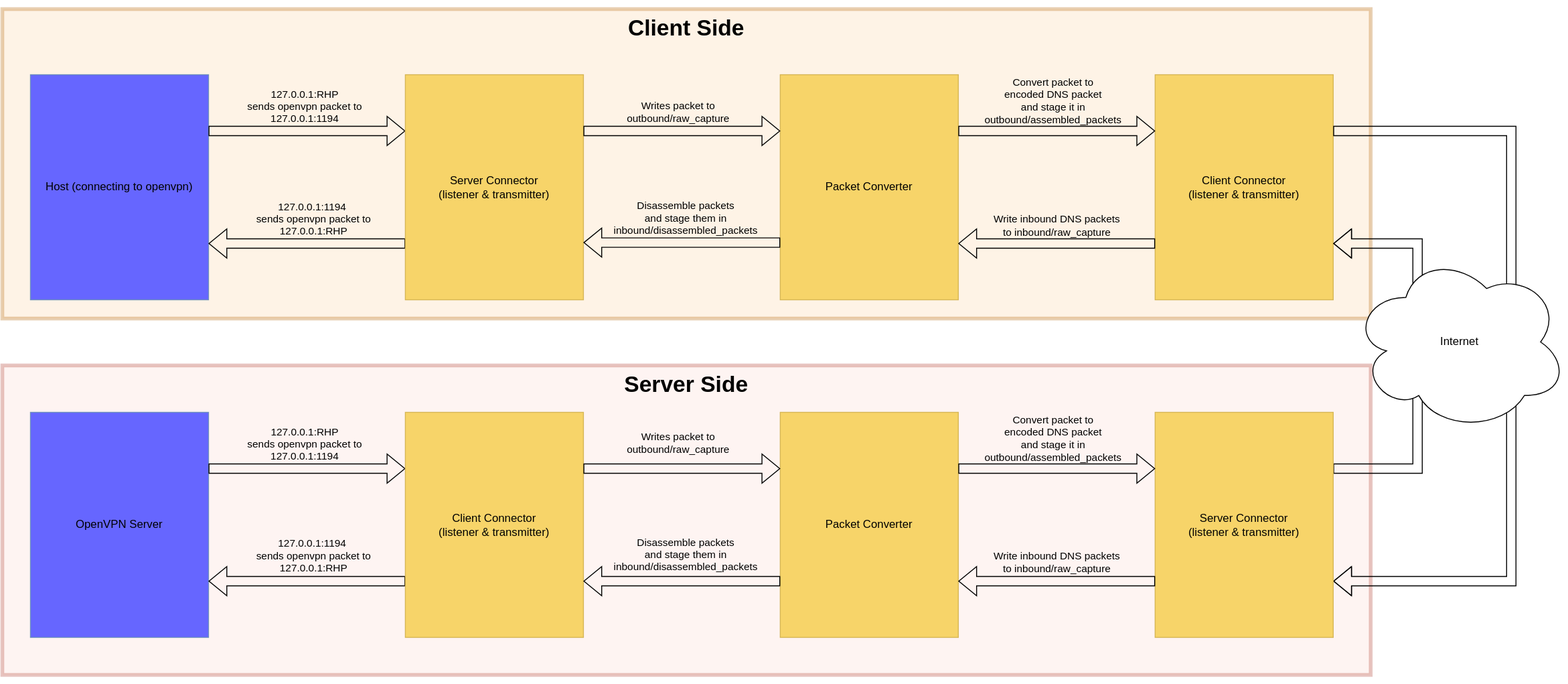
Earlier version of the draw.io export docs/Tunnel_Over_Anything.drawio.svg (Androsh7/tunnel_over_anything). Source tidied: cells renumbered, new cells last; positions are measured from the earlier drawing's top-left corner, leaving out a move shared by most shapes. Its diagram source:
```xml
<mxGraphModel>
  <root>
    <mxCell id="0" />
    <mxCell id="1" parent="0" />
    <mxCell id="2" value="&lt;h1&gt;Client Side&lt;/h1&gt;&lt;div&gt;&lt;br&gt;&lt;/div&gt;&lt;div&gt;&lt;br&gt;&lt;/div&gt;&lt;div&gt;&lt;br&gt;&lt;/div&gt;&lt;div&gt;&lt;br&gt;&lt;/div&gt;&lt;div&gt;&lt;br&gt;&lt;/div&gt;&lt;div&gt;&lt;br&gt;&lt;/div&gt;&lt;div&gt;&lt;br&gt;&lt;/div&gt;&lt;div&gt;&lt;br&gt;&lt;/div&gt;&lt;div&gt;&lt;br&gt;&lt;/div&gt;&lt;div&gt;&lt;br&gt;&lt;/div&gt;&lt;div&gt;&lt;br&gt;&lt;/div&gt;&lt;div&gt;&lt;br&gt;&lt;/div&gt;&lt;div&gt;&lt;br&gt;&lt;/div&gt;&lt;div&gt;&lt;br&gt;&lt;/div&gt;&lt;div&gt;&lt;br&gt;&lt;/div&gt;&lt;div&gt;&lt;br&gt;&lt;/div&gt;&lt;div&gt;&lt;br&gt;&lt;/div&gt;&lt;div&gt;&lt;br&gt;&lt;/div&gt;&lt;div&gt;&lt;br&gt;&lt;/div&gt;&lt;div&gt;&lt;br&gt;&lt;/div&gt;" style="rounded=0;whiteSpace=wrap;html=1;fillColor=#fad7ac;strokeColor=#b46504;opacity=30;strokeWidth=4;" parent="1" vertex="1">
      <mxGeometry width="1460" height="330" as="geometry" />
    </mxCell>
    <mxCell id="3" value="&lt;h1&gt;Server Side&lt;/h1&gt;&lt;div&gt;&lt;br&gt;&lt;/div&gt;&lt;div&gt;&lt;br&gt;&lt;/div&gt;&lt;div&gt;&lt;br&gt;&lt;/div&gt;&lt;div&gt;&lt;br&gt;&lt;/div&gt;&lt;div&gt;&lt;br&gt;&lt;/div&gt;&lt;div&gt;&lt;br&gt;&lt;/div&gt;&lt;div&gt;&lt;br&gt;&lt;/div&gt;&lt;div&gt;&lt;br&gt;&lt;/div&gt;&lt;div&gt;&lt;br&gt;&lt;/div&gt;&lt;div&gt;&lt;br&gt;&lt;/div&gt;&lt;div&gt;&lt;br&gt;&lt;/div&gt;&lt;div&gt;&lt;br&gt;&lt;/div&gt;&lt;div&gt;&lt;br&gt;&lt;/div&gt;&lt;div&gt;&lt;br&gt;&lt;/div&gt;&lt;div&gt;&lt;br&gt;&lt;/div&gt;&lt;div&gt;&lt;br&gt;&lt;/div&gt;&lt;div&gt;&lt;br&gt;&lt;/div&gt;&lt;div&gt;&lt;br&gt;&lt;/div&gt;&lt;div&gt;&lt;br&gt;&lt;/div&gt;&lt;div&gt;&lt;br&gt;&lt;/div&gt;" style="rounded=0;whiteSpace=wrap;html=1;fillColor=#fad9d5;strokeColor=#ae4132;opacity=30;strokeWidth=4;" parent="1" vertex="1">
      <mxGeometry y="380" width="1460" height="330" as="geometry" />
    </mxCell>
    <mxCell id="4" value="Host (connecting to openvpn)" style="rounded=0;whiteSpace=wrap;html=1;fillColor=#6666FF;strokeColor=#6c8ebf;" parent="1" vertex="1">
      <mxGeometry x="30" y="70" width="190" height="240" as="geometry" />
    </mxCell>
    <mxCell id="5" style="shape=flexArrow;endArrow=classic;html=1;rounded=0;entryX=0;entryY=0.25;entryDx=0;entryDy=0;exitX=1;exitY=0.25;exitDx=0;exitDy=0;" parent="1" edge="1" source="4" target="9">
      <mxGeometry relative="1" as="geometry" />
    </mxCell>
    <mxCell id="6" value="127.0.0.1:RHP&amp;nbsp;&lt;div&gt;sends openvpn packet to&amp;nbsp;&lt;div&gt;127.0.0.1:&lt;span style=&quot;color: light-dark(rgb(0, 0, 0), rgb(255, 255, 255));&quot;&gt;1194&amp;nbsp;&lt;/span&gt;&lt;/div&gt;&lt;/div&gt;" style="edgeLabel;html=1;align=center;verticalAlign=middle;labelBackgroundColor=none;" parent="5" vertex="1">
      <mxGeometry x="-0.02" y="1" relative="1" as="geometry">
        <mxPoint y="-26" as="offset" />
      </mxGeometry>
    </mxCell>
    <mxCell id="7" style="shape=flexArrow;endArrow=classic;html=1;rounded=0;entryX=1;entryY=0.75;entryDx=0;entryDy=0;exitX=0;exitY=0.75;exitDx=0;exitDy=0;" parent="1" edge="1" source="9" target="4">
      <mxGeometry relative="1" as="geometry" />
    </mxCell>
    <mxCell id="8" value="127.0.0.1:1194&amp;nbsp;&lt;div&gt;sends openvpn packet to&lt;div&gt;127.0.0.1:RHP&lt;/div&gt;&lt;/div&gt;" style="edgeLabel;html=1;align=center;verticalAlign=middle;labelBackgroundColor=none;" parent="7" vertex="1">
      <mxGeometry x="-0.06" y="-6" relative="1" as="geometry">
        <mxPoint y="-21" as="offset" />
      </mxGeometry>
    </mxCell>
    <mxCell id="9" value="Server Connector&lt;div&gt;(listener &amp;amp; transmitter)&lt;/div&gt;" style="rounded=0;whiteSpace=wrap;html=1;fillColor=#F7D469;strokeColor=#d6b656;" parent="1" vertex="1">
      <mxGeometry x="430" y="70" width="190" height="240" as="geometry" />
    </mxCell>
    <mxCell id="10" value="Packet Converter" style="rounded=0;whiteSpace=wrap;html=1;fillColor=#F7D469;strokeColor=#d6b656;" parent="1" vertex="1">
      <mxGeometry x="830" y="70" width="190" height="240" as="geometry" />
    </mxCell>
    <mxCell id="11" style="shape=flexArrow;endArrow=classic;html=1;rounded=0;exitX=1;exitY=0.25;exitDx=0;exitDy=0;entryX=0;entryY=0.25;entryDx=0;entryDy=0;" parent="1" edge="1" source="9" target="10">
      <mxGeometry relative="1" as="geometry" />
    </mxCell>
    <mxCell id="12" value="Writes packet to&lt;div&gt;outbound/raw_capture&lt;/div&gt;" style="edgeLabel;html=1;align=center;verticalAlign=middle;labelBackgroundColor=none;" parent="11" vertex="1">
      <mxGeometry x="-0.04" y="6" relative="1" as="geometry">
        <mxPoint y="-15" as="offset" />
      </mxGeometry>
    </mxCell>
    <mxCell id="13" style="shape=flexArrow;endArrow=classic;html=1;rounded=0;exitX=0;exitY=0.75;exitDx=0;exitDy=0;entryX=1;entryY=0.75;entryDx=0;entryDy=0;" parent="1" edge="1">
      <mxGeometry relative="1" as="geometry">
        <mxPoint x="830" y="249" as="sourcePoint" />
        <mxPoint x="620" y="249" as="targetPoint" />
      </mxGeometry>
    </mxCell>
    <mxCell id="14" value="Disassemble packets&lt;div&gt;and stage them in&lt;/div&gt;&lt;div&gt;inbound/disassembled_packets&lt;/div&gt;" style="edgeLabel;html=1;align=center;verticalAlign=middle;labelBackgroundColor=none;" parent="13" vertex="1">
      <mxGeometry x="0.02" y="-3" relative="1" as="geometry">
        <mxPoint x="5" y="-24" as="offset" />
      </mxGeometry>
    </mxCell>
    <mxCell id="15" value="Client&amp;nbsp;Connector&lt;div&gt;(listener &amp;amp; transmitter)&lt;/div&gt;" style="rounded=0;whiteSpace=wrap;html=1;fillColor=#F7D469;strokeColor=#d6b656;" parent="1" vertex="1">
      <mxGeometry x="1230" y="70" width="190" height="240" as="geometry" />
    </mxCell>
    <mxCell id="16" style="shape=flexArrow;endArrow=classic;html=1;rounded=0;exitX=1;exitY=0.25;exitDx=0;exitDy=0;entryX=0;entryY=0.25;entryDx=0;entryDy=0;" parent="1" edge="1" source="10" target="15">
      <mxGeometry relative="1" as="geometry" />
    </mxCell>
    <mxCell id="17" value="Convert packet to&lt;div&gt;encoded DNS packet&lt;/div&gt;&lt;div&gt;and stage it in&lt;/div&gt;&lt;div&gt;outbound/assembled_packets&lt;/div&gt;" style="edgeLabel;html=1;align=center;verticalAlign=middle;labelBackgroundColor=none;" parent="16" vertex="1">
      <mxGeometry x="-0.05" y="4" relative="1" as="geometry">
        <mxPoint y="-29" as="offset" />
      </mxGeometry>
    </mxCell>
    <mxCell id="18" style="shape=flexArrow;endArrow=classic;html=1;rounded=0;exitX=0;exitY=0.75;exitDx=0;exitDy=0;entryX=1;entryY=0.75;entryDx=0;entryDy=0;" parent="1" edge="1" source="15" target="10">
      <mxGeometry relative="1" as="geometry" />
    </mxCell>
    <mxCell id="19" value="Write inbound DNS packets&lt;div&gt;to inbound/raw_capture&lt;/div&gt;" style="edgeLabel;html=1;align=center;verticalAlign=middle;labelBackgroundColor=none;" parent="18" vertex="1">
      <mxGeometry x="0.1" y="1" relative="1" as="geometry">
        <mxPoint x="10" y="-21" as="offset" />
      </mxGeometry>
    </mxCell>
    <mxCell id="20" style="shape=flexArrow;endArrow=classic;html=1;rounded=0;exitX=1;exitY=0.25;exitDx=0;exitDy=0;entryX=1;entryY=0.75;entryDx=0;entryDy=0;" parent="1" edge="1" source="15" target="33">
      <mxGeometry relative="1" as="geometry">
        <Array as="points">
          <mxPoint x="1610" y="130" />
          <mxPoint x="1610" y="390" />
          <mxPoint x="1610" y="610" />
        </Array>
      </mxGeometry>
    </mxCell>
    <mxCell id="21" style="shape=flexArrow;endArrow=classic;html=1;rounded=0;entryX=1;entryY=0.75;entryDx=0;entryDy=0;exitX=1;exitY=0.25;exitDx=0;exitDy=0;" parent="1" edge="1" source="33" target="15">
      <mxGeometry relative="1" as="geometry">
        <Array as="points">
          <mxPoint x="1510" y="490" />
          <mxPoint x="1510" y="350" />
          <mxPoint x="1510" y="250" />
        </Array>
      </mxGeometry>
    </mxCell>
    <mxCell id="22" value="OpenVPN Server" style="rounded=0;whiteSpace=wrap;html=1;fillColor=#6666FF;strokeColor=#6c8ebf;" parent="1" vertex="1">
      <mxGeometry x="30" y="430" width="190" height="240" as="geometry" />
    </mxCell>
    <mxCell id="23" style="shape=flexArrow;endArrow=classic;html=1;rounded=0;entryX=0;entryY=0.25;entryDx=0;entryDy=0;exitX=1;exitY=0.25;exitDx=0;exitDy=0;" parent="1" edge="1" source="22" target="27">
      <mxGeometry relative="1" as="geometry" />
    </mxCell>
    <mxCell id="24" value="127.0.0.1:RHP&amp;nbsp;&lt;div&gt;sends openvpn packet to&amp;nbsp;&lt;div&gt;127.0.0.1:&lt;span style=&quot;color: light-dark(rgb(0, 0, 0), rgb(255, 255, 255));&quot;&gt;1194&amp;nbsp;&lt;/span&gt;&lt;/div&gt;&lt;/div&gt;" style="edgeLabel;html=1;align=center;verticalAlign=middle;labelBackgroundColor=none;" parent="23" vertex="1">
      <mxGeometry x="-0.02" y="1" relative="1" as="geometry">
        <mxPoint y="-26" as="offset" />
      </mxGeometry>
    </mxCell>
    <mxCell id="25" style="shape=flexArrow;endArrow=classic;html=1;rounded=0;entryX=1;entryY=0.75;entryDx=0;entryDy=0;exitX=0;exitY=0.75;exitDx=0;exitDy=0;" parent="1" edge="1" source="27" target="22">
      <mxGeometry relative="1" as="geometry" />
    </mxCell>
    <mxCell id="26" value="127.0.0.1:1194&amp;nbsp;&lt;div&gt;sends openvpn packet to&lt;div&gt;127.0.0.1:RHP&lt;/div&gt;&lt;/div&gt;" style="edgeLabel;html=1;align=center;verticalAlign=middle;labelBackgroundColor=none;" parent="25" vertex="1">
      <mxGeometry x="-0.06" y="-6" relative="1" as="geometry">
        <mxPoint y="-22" as="offset" />
      </mxGeometry>
    </mxCell>
    <mxCell id="27" value="Client Connector&lt;div&gt;(listener &amp;amp; transmitter)&lt;/div&gt;" style="rounded=0;whiteSpace=wrap;html=1;fillColor=#F7D469;strokeColor=#d6b656;" parent="1" vertex="1">
      <mxGeometry x="430" y="430" width="190" height="240" as="geometry" />
    </mxCell>
    <mxCell id="28" value="Packet Converter" style="rounded=0;whiteSpace=wrap;html=1;fillColor=#F7D469;strokeColor=#d6b656;" parent="1" vertex="1">
      <mxGeometry x="830" y="430" width="190" height="240" as="geometry" />
    </mxCell>
    <mxCell id="29" style="shape=flexArrow;endArrow=classic;html=1;rounded=0;exitX=1;exitY=0.25;exitDx=0;exitDy=0;entryX=0;entryY=0.25;entryDx=0;entryDy=0;" parent="1" edge="1" source="27" target="28">
      <mxGeometry relative="1" as="geometry" />
    </mxCell>
    <mxCell id="30" value="Writes packet to&lt;div&gt;outbound/raw_capture&lt;/div&gt;" style="edgeLabel;html=1;align=center;verticalAlign=middle;labelBackgroundColor=none;" parent="29" vertex="1">
      <mxGeometry x="-0.04" y="6" relative="1" as="geometry">
        <mxPoint y="-22" as="offset" />
      </mxGeometry>
    </mxCell>
    <mxCell id="31" style="shape=flexArrow;endArrow=classic;html=1;rounded=0;exitX=0;exitY=0.75;exitDx=0;exitDy=0;entryX=1;entryY=0.75;entryDx=0;entryDy=0;" parent="1" edge="1" source="28" target="27">
      <mxGeometry relative="1" as="geometry" />
    </mxCell>
    <mxCell id="32" value="Disassemble packets&lt;div&gt;and stage them in&lt;/div&gt;&lt;div&gt;inbound/disassembled_packets&lt;/div&gt;" style="edgeLabel;html=1;align=center;verticalAlign=middle;labelBackgroundColor=none;" parent="31" vertex="1">
      <mxGeometry x="0.02" y="-3" relative="1" as="geometry">
        <mxPoint x="5" y="-26" as="offset" />
      </mxGeometry>
    </mxCell>
    <mxCell id="33" value="Server&amp;nbsp;Connector&lt;div&gt;(listener &amp;amp; transmitter)&lt;/div&gt;" style="rounded=0;whiteSpace=wrap;html=1;fillColor=#F7D469;strokeColor=#d6b656;" parent="1" vertex="1">
      <mxGeometry x="1230" y="430" width="190" height="240" as="geometry" />
    </mxCell>
    <mxCell id="34" style="shape=flexArrow;endArrow=classic;html=1;rounded=0;exitX=1;exitY=0.25;exitDx=0;exitDy=0;entryX=0;entryY=0.25;entryDx=0;entryDy=0;" parent="1" edge="1" source="28" target="33">
      <mxGeometry relative="1" as="geometry" />
    </mxCell>
    <mxCell id="35" value="Convert packet to&lt;div&gt;encoded DNS packet&lt;/div&gt;&lt;div&gt;and stage it in&lt;/div&gt;&lt;div&gt;outbound/assembled_packets&lt;/div&gt;" style="edgeLabel;html=1;align=center;verticalAlign=middle;labelBackgroundColor=none;" parent="34" vertex="1">
      <mxGeometry x="-0.05" y="4" relative="1" as="geometry">
        <mxPoint y="-29" as="offset" />
      </mxGeometry>
    </mxCell>
    <mxCell id="36" style="shape=flexArrow;endArrow=classic;html=1;rounded=0;exitX=0;exitY=0.75;exitDx=0;exitDy=0;entryX=1;entryY=0.75;entryDx=0;entryDy=0;" parent="1" edge="1" source="33" target="28">
      <mxGeometry relative="1" as="geometry" />
    </mxCell>
    <mxCell id="37" value="Write inbound DNS packets&lt;div&gt;to inbound/raw_capture&lt;/div&gt;" style="edgeLabel;html=1;align=center;verticalAlign=middle;labelBackgroundColor=none;" parent="36" vertex="1">
      <mxGeometry x="0.1" y="1" relative="1" as="geometry">
        <mxPoint x="10" y="-22" as="offset" />
      </mxGeometry>
    </mxCell>
    <mxCell id="38" value="Internet" style="ellipse;shape=cloud;whiteSpace=wrap;html=1;" parent="1" vertex="1">
      <mxGeometry x="1440" y="260" width="230" height="190" as="geometry" />
    </mxCell>
  </root>
</mxGraphModel>
```
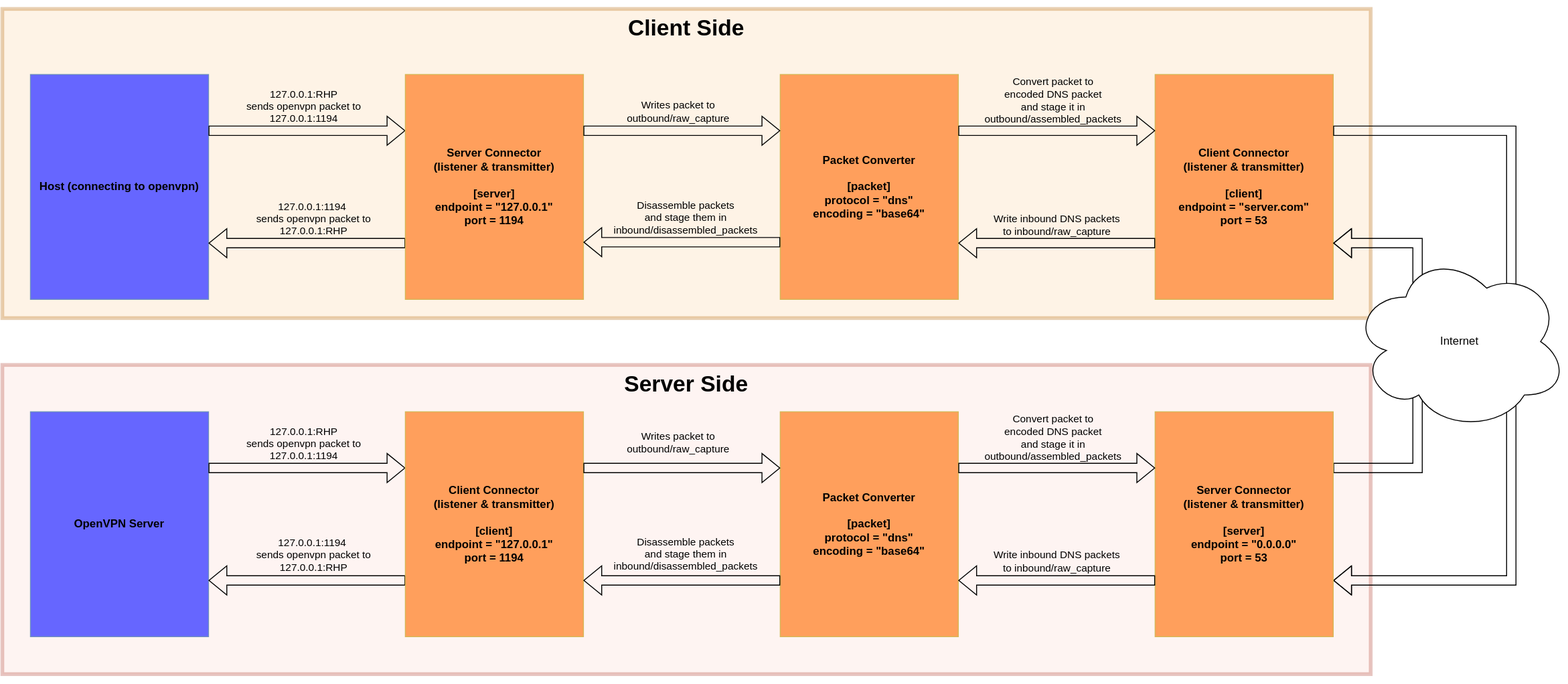
Above is the later version.

Diff of the diagram source:
```diff
@@ -8,7 +8,7 @@
     <mxCell id="3" value="&lt;h1&gt;Server Side&lt;/h1&gt;&lt;div&gt;&lt;br&gt;&lt;/div&gt;&lt;div&gt;&lt;br&gt;&lt;/div&gt;&lt;div&gt;&lt;br&gt;&lt;/div&gt;&lt;div&gt;&lt;br&gt;&lt;/div&gt;&lt;div&gt;&lt;br&gt;&lt;/div&gt;&lt;div&gt;&lt;br&gt;&lt;/div&gt;&lt;div&gt;&lt;br&gt;&lt;/div&gt;&lt;div&gt;&lt;br&gt;&lt;/div&gt;&lt;div&gt;&lt;br&gt;&lt;/div&gt;&lt;div&gt;&lt;br&gt;&lt;/div&gt;&lt;div&gt;&lt;br&gt;&lt;/div&gt;&lt;div&gt;&lt;br&gt;&lt;/div&gt;&lt;div&gt;&lt;br&gt;&lt;/div&gt;&lt;div&gt;&lt;br&gt;&lt;/div&gt;&lt;div&gt;&lt;br&gt;&lt;/div&gt;&lt;div&gt;&lt;br&gt;&lt;/div&gt;&lt;div&gt;&lt;br&gt;&lt;/div&gt;&lt;div&gt;&lt;br&gt;&lt;/div&gt;&lt;div&gt;&lt;br&gt;&lt;/div&gt;&lt;div&gt;&lt;br&gt;&lt;/div&gt;" style="rounded=0;whiteSpace=wrap;html=1;fillColor=#fad9d5;strokeColor=#ae4132;opacity=30;strokeWidth=4;" parent="1" vertex="1">
       <mxGeometry y="380" width="1460" height="330" as="geometry" />
     </mxCell>
-    <mxCell id="4" value="Host (connecting to openvpn)" style="rounded=0;whiteSpace=wrap;html=1;fillColor=#6666FF;strokeColor=#6c8ebf;" parent="1" vertex="1">
+    <mxCell id="4" value="Host (connecting to openvpn)" style="rounded=0;whiteSpace=wrap;html=1;fillColor=#6666FF;strokeColor=#6c8ebf;fontStyle=1;" parent="1" vertex="1">
       <mxGeometry x="30" y="70" width="190" height="240" as="geometry" />
     </mxCell>
     <mxCell id="5" style="shape=flexArrow;endArrow=classic;html=1;rounded=0;entryX=0;entryY=0.25;entryDx=0;entryDy=0;exitX=1;exitY=0.25;exitDx=0;exitDy=0;" parent="1" edge="1" source="4" target="9">
@@ -27,10 +27,10 @@
         <mxPoint y="-21" as="offset" />
       </mxGeometry>
     </mxCell>
-    <mxCell id="9" value="Server Connector&lt;div&gt;(listener &amp;amp; transmitter)&lt;/div&gt;" style="rounded=0;whiteSpace=wrap;html=1;fillColor=#F7D469;strokeColor=#d6b656;" parent="1" vertex="1">
+    <mxCell id="9" value="Server Connector&lt;div&gt;(listener &amp;amp; transmitter)&lt;/div&gt;&lt;div&gt;&lt;br&gt;&lt;/div&gt;&lt;div&gt;[server]&lt;/div&gt;&lt;div&gt;endpoint = &quot;127.0.0.1&quot;&lt;/div&gt;&lt;div&gt;port = 1194&lt;/div&gt;" style="rounded=0;whiteSpace=wrap;html=1;fillColor=#FF9F5C;strokeColor=#d6b656;fontStyle=1;" parent="1" vertex="1">
       <mxGeometry x="430" y="70" width="190" height="240" as="geometry" />
     </mxCell>
-    <mxCell id="10" value="Packet Converter" style="rounded=0;whiteSpace=wrap;html=1;fillColor=#F7D469;strokeColor=#d6b656;" parent="1" vertex="1">
+    <mxCell id="10" value="Packet Converter&lt;div&gt;&lt;br&gt;&lt;/div&gt;&lt;div&gt;[packet]&lt;/div&gt;&lt;div&gt;protocol = &quot;dns&quot;&lt;/div&gt;&lt;div&gt;encoding = &quot;base64&quot;&lt;/div&gt;" style="rounded=0;whiteSpace=wrap;html=1;fillColor=#FF9F5C;strokeColor=#d6b656;fontStyle=1;" parent="1" vertex="1">
       <mxGeometry x="830" y="70" width="190" height="240" as="geometry" />
     </mxCell>
     <mxCell id="11" style="shape=flexArrow;endArrow=classic;html=1;rounded=0;exitX=1;exitY=0.25;exitDx=0;exitDy=0;entryX=0;entryY=0.25;entryDx=0;entryDy=0;" parent="1" edge="1" source="9" target="10">
@@ -52,7 +52,7 @@
         <mxPoint x="5" y="-24" as="offset" />
       </mxGeometry>
     </mxCell>
-    <mxCell id="15" value="Client&amp;nbsp;Connector&lt;div&gt;(listener &amp;amp; transmitter)&lt;/div&gt;" style="rounded=0;whiteSpace=wrap;html=1;fillColor=#F7D469;strokeColor=#d6b656;" parent="1" vertex="1">
+    <mxCell id="15" value="Client&amp;nbsp;Connector&lt;div&gt;(listener &amp;amp; transmitter)&lt;/div&gt;&lt;div&gt;&lt;br&gt;&lt;/div&gt;&lt;div&gt;[client]&lt;/div&gt;&lt;div&gt;endpoint = &quot;server.com&quot;&lt;/div&gt;&lt;div&gt;port = 53&lt;/div&gt;" style="rounded=0;whiteSpace=wrap;html=1;fillColor=#FF9F5C;strokeColor=#d6b656;fontStyle=1;" parent="1" vertex="1">
       <mxGeometry x="1230" y="70" width="190" height="240" as="geometry" />
     </mxCell>
     <mxCell id="16" style="shape=flexArrow;endArrow=classic;html=1;rounded=0;exitX=1;exitY=0.25;exitDx=0;exitDy=0;entryX=0;entryY=0.25;entryDx=0;entryDy=0;" parent="1" edge="1" source="10" target="15">
@@ -89,7 +89,7 @@
         </Array>
       </mxGeometry>
     </mxCell>
-    <mxCell id="22" value="OpenVPN Server" style="rounded=0;whiteSpace=wrap;html=1;fillColor=#6666FF;strokeColor=#6c8ebf;" parent="1" vertex="1">
+    <mxCell id="22" value="OpenVPN Server" style="rounded=0;whiteSpace=wrap;html=1;fillColor=#6666FF;strokeColor=#6c8ebf;fontStyle=1;" parent="1" vertex="1">
       <mxGeometry x="30" y="430" width="190" height="240" as="geometry" />
     </mxCell>
     <mxCell id="23" style="shape=flexArrow;endArrow=classic;html=1;rounded=0;entryX=0;entryY=0.25;entryDx=0;entryDy=0;exitX=1;exitY=0.25;exitDx=0;exitDy=0;" parent="1" edge="1" source="22" target="27">
@@ -108,10 +108,10 @@
         <mxPoint y="-22" as="offset" />
       </mxGeometry>
     </mxCell>
-    <mxCell id="27" value="Client Connector&lt;div&gt;(listener &amp;amp; transmitter)&lt;/div&gt;" style="rounded=0;whiteSpace=wrap;html=1;fillColor=#F7D469;strokeColor=#d6b656;" parent="1" vertex="1">
+    <mxCell id="27" value="Client Connector&lt;div&gt;(listener &amp;amp; transmitter)&lt;/div&gt;&lt;div&gt;&lt;br&gt;&lt;/div&gt;&lt;div&gt;&lt;div&gt;[client]&lt;/div&gt;&lt;div&gt;endpoint = &quot;127.0.0.1&quot;&lt;/div&gt;&lt;div&gt;port = 1194&lt;/div&gt;&lt;/div&gt;" style="rounded=0;whiteSpace=wrap;html=1;fillColor=#FF9F5C;strokeColor=#d6b656;fontStyle=1;" parent="1" vertex="1">
       <mxGeometry x="430" y="430" width="190" height="240" as="geometry" />
     </mxCell>
-    <mxCell id="28" value="Packet Converter" style="rounded=0;whiteSpace=wrap;html=1;fillColor=#F7D469;strokeColor=#d6b656;" parent="1" vertex="1">
+    <mxCell id="28" value="Packet Converter&lt;div&gt;&lt;br&gt;&lt;/div&gt;&lt;div&gt;&lt;div&gt;[packet]&lt;/div&gt;&lt;div&gt;protocol = &quot;dns&quot;&lt;/div&gt;&lt;div&gt;encoding = &quot;base64&quot;&lt;/div&gt;&lt;/div&gt;" style="rounded=0;whiteSpace=wrap;html=1;fillColor=#FF9F5C;strokeColor=#d6b656;fontStyle=1;" parent="1" vertex="1">
       <mxGeometry x="830" y="430" width="190" height="240" as="geometry" />
     </mxCell>
     <mxCell id="29" style="shape=flexArrow;endArrow=classic;html=1;rounded=0;exitX=1;exitY=0.25;exitDx=0;exitDy=0;entryX=0;entryY=0.25;entryDx=0;entryDy=0;" parent="1" edge="1" source="27" target="28">
@@ -130,7 +130,7 @@
         <mxPoint x="5" y="-26" as="offset" />
       </mxGeometry>
     </mxCell>
-    <mxCell id="33" value="Server&amp;nbsp;Connector&lt;div&gt;(listener &amp;amp; transmitter)&lt;/div&gt;" style="rounded=0;whiteSpace=wrap;html=1;fillColor=#F7D469;strokeColor=#d6b656;" parent="1" vertex="1">
+    <mxCell id="33" value="Server&amp;nbsp;Connector&lt;div&gt;(listener &amp;amp; transmitter)&lt;/div&gt;&lt;div&gt;&lt;br&gt;&lt;/div&gt;&lt;div&gt;[server]&lt;/div&gt;&lt;div&gt;endpoint = &quot;0.0.0.0&quot;&lt;/div&gt;&lt;div&gt;port = 53&lt;/div&gt;" style="rounded=0;whiteSpace=wrap;html=1;fillColor=#FF9F5C;strokeColor=#d6b656;fontStyle=1;" parent="1" vertex="1">
       <mxGeometry x="1230" y="430" width="190" height="240" as="geometry" />
     </mxCell>
     <mxCell id="34" style="shape=flexArrow;endArrow=classic;html=1;rounded=0;exitX=1;exitY=0.25;exitDx=0;exitDy=0;entryX=0;entryY=0.25;entryDx=0;entryDy=0;" parent="1" edge="1" source="28" target="33">
```
